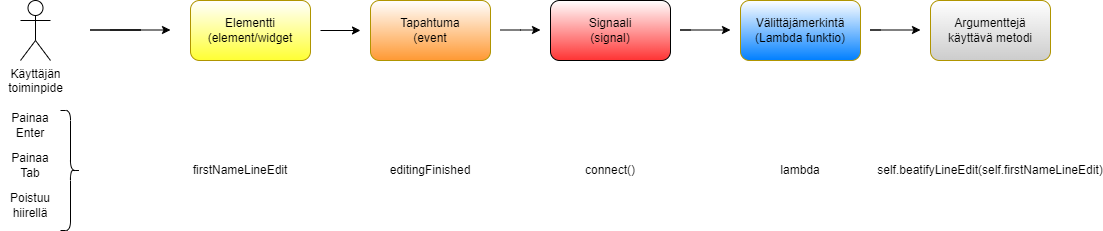
HennaSalla/PythonYmparisto keeps this draw.io diagram as Docs/Pictures/lambadaSignalSlot.drawio.png. Above is the earlier version. Source tidied: cells renumbered, new cells last; positions are measured from the earlier drawing's top-left corner, leaving out a move shared by most shapes.
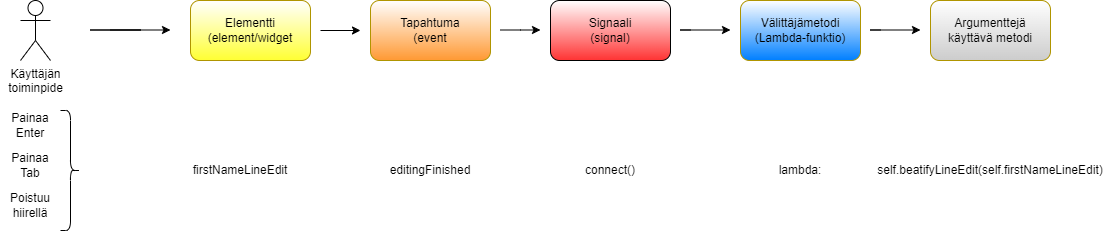
The same file after the commit.

Diff of the diagram source:
```diff
@@ -24,7 +24,7 @@
     <mxCell id="6" value="Signaali&lt;div&gt;(signal)&lt;/div&gt;" style="rounded=1;whiteSpace=wrap;html=1;gradientColor=#FF3333;" parent="1" vertex="1">
       <mxGeometry x="550" width="120" height="60" as="geometry" />
     </mxCell>
-    <mxCell id="7" value="Välittäjämerkintä&lt;div&gt;(Lambda funktio)&lt;/div&gt;" style="rounded=1;whiteSpace=wrap;html=1;fillColor=#FFFFFF;fontColor=#000000;strokeColor=#B09500;gradientColor=#007FFF;" parent="1" vertex="1">
+    <mxCell id="7" value="Välittäjämetodi&lt;div&gt;(Lambda-funktio)&lt;/div&gt;" style="rounded=1;whiteSpace=wrap;html=1;fillColor=#FFFFFF;fontColor=#000000;strokeColor=#B09500;gradientColor=#007FFF;" parent="1" vertex="1">
       <mxGeometry x="740" width="120" height="60" as="geometry" />
     </mxCell>
     <mxCell id="8" style="endArrow=classic;html=1;rounded=0;" parent="1" edge="1">
@@ -93,7 +93,7 @@
         </Array>
       </mxGeometry>
     </mxCell>
-    <mxCell id="21" value="lambda" style="text;html=1;align=center;verticalAlign=middle;whiteSpace=wrap;rounded=0;" parent="1" vertex="1">
+    <mxCell id="21" value="lambda:" style="text;html=1;align=center;verticalAlign=middle;whiteSpace=wrap;rounded=0;" parent="1" vertex="1">
       <mxGeometry x="770" y="155" width="60" height="30" as="geometry" />
     </mxCell>
   </root>
```
